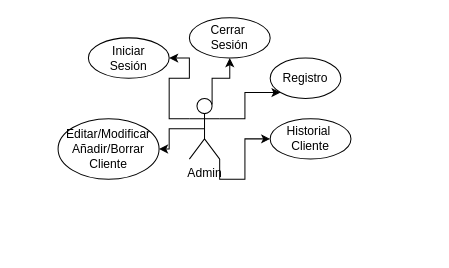
HuBaMarin/projDespliegue keeps this draw.io diagram as varios/CU-Admin.drawio. Above is the earlier version. Source tidied: cells renumbered, new cells numbered last; positions are measured from the earlier drawing's top-left corner, leaving out a move shared by most shapes. Both pictures are drawn from the tidied source at 101%, with x=0, y=0 at pixel (58, 17).
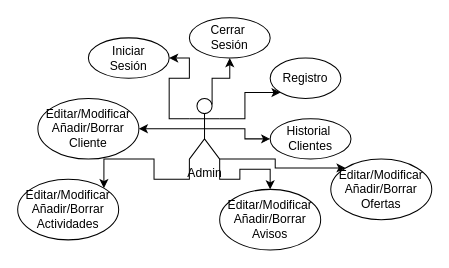
After the change.

The change refers to these unchanged cells:
```xml
<mxCell id="7" value="Admin" style="shape=umlActor;verticalLabelPosition=bottom;verticalAlign=top;html=1;outlineConnect=0;" parent="1" vertex="1">
  <mxGeometry x="130" y="80" width="30" height="60" as="geometry" />
</mxCell>
```

What changed in the source:
```diff
@@
-    <mxCell id="3" style="edgeStyle=orthogonalEdgeStyle;rounded=0;jettySize=auto;html=1;exitX=1;exitY=1;exitDx=0;exitDy=0;exitPerimeter=0;entryX=0;entryY=0.5;entryDx=0;entryDy=0;" parent="1" edge="1" source="7" target="11">
+    <mxCell id="3" style="edgeStyle=orthogonalEdgeStyle;rounded=0;jettySize=auto;html=1;exitX=0.5;exitY=0.5;exitDx=0;exitDy=0;exitPerimeter=0;entryX=0;entryY=0.5;entryDx=0;entryDy=0;" parent="1" edge="1" source="7" target="11">
       <mxGeometry relative="1" as="geometry" />
     </mxCell>
@@
+    <mxCell id="13" style="edgeStyle=orthogonalEdgeStyle;rounded=0;jettySize=auto;html=1;entryX=1;entryY=0;entryDx=0;entryDy=0;exitX=0;exitY=1;exitDx=0;exitDy=0;exitPerimeter=0;" parent="1" edge="1" source="7" target="16">
+      <mxGeometry relative="1" as="geometry" />
+    </mxCell>
+    <mxCell id="14" style="edgeStyle=orthogonalEdgeStyle;rounded=0;jettySize=auto;html=1;exitX=1;exitY=1;exitDx=0;exitDy=0;exitPerimeter=0;entryX=0.5;entryY=0;entryDx=0;entryDy=0;" parent="1" edge="1" source="7" target="17">
+      <mxGeometry relative="1" as="geometry" />
+    </mxCell>
+    <mxCell id="15" style="edgeStyle=orthogonalEdgeStyle;rounded=0;jettySize=auto;html=1;exitX=1;exitY=1;exitDx=0;exitDy=0;exitPerimeter=0;entryX=0;entryY=0;entryDx=0;entryDy=0;" parent="1" edge="1" source="7" target="18">
+      <mxGeometry relative="1" as="geometry">
+        <Array as="points">
+          <mxPoint x="215" y="140" />
+          <mxPoint x="215" y="149" />
+        </Array>
+      </mxGeometry>
+    </mxCell>
@@
-    <mxCell id="11" value="Historial&amp;nbsp;&lt;div&gt;Cliente&lt;/div&gt;" style="ellipse;whiteSpace=wrap;html=1;" parent="1" vertex="1">
+    <mxCell id="11" value="Historial&amp;nbsp;&lt;div&gt;Clientes&lt;/div&gt;" style="ellipse;whiteSpace=wrap;html=1;" parent="1" vertex="1">
       <mxGeometry x="210" y="100" width="80" height="40" as="geometry" />
     </mxCell>
     <mxCell id="12" value="Editar/Modificar&lt;div&gt;Añadir/Borrar&lt;/div&gt;&lt;div&gt;Cliente&lt;/div&gt;" style="ellipse;whiteSpace=wrap;html=1;" parent="1" vertex="1">
-      <mxGeometry y="100" width="100" height="60" as="geometry" />
+      <mxGeometry x="-20" y="80" width="100" height="60" as="geometry" />
     </mxCell>
+    <mxCell id="16" value="Editar/Modificar&lt;div&gt;Añadir/Borrar&lt;/div&gt;&lt;div&gt;Actividades&lt;/div&gt;" style="ellipse;whiteSpace=wrap;html=1;" parent="1" vertex="1">
+      <mxGeometry x="-40" y="160" width="100" height="60" as="geometry" />
+    </mxCell>
+    <mxCell id="17" value="Editar/Modificar&lt;div&gt;Añadir/Borrar&lt;/div&gt;&lt;div&gt;Avisos&lt;/div&gt;" style="ellipse;whiteSpace=wrap;html=1;" parent="1" vertex="1">
+      <mxGeometry x="160" y="170" width="100" height="60" as="geometry" />
+    </mxCell>
+    <mxCell id="18" value="Editar/Modificar&lt;div&gt;Añadir/Borrar&lt;/div&gt;&lt;div&gt;Ofertas&lt;/div&gt;" style="ellipse;whiteSpace=wrap;html=1;" parent="1" vertex="1">
+      <mxGeometry x="270" y="140" width="100" height="60" as="geometry" />
+    </mxCell>
```
